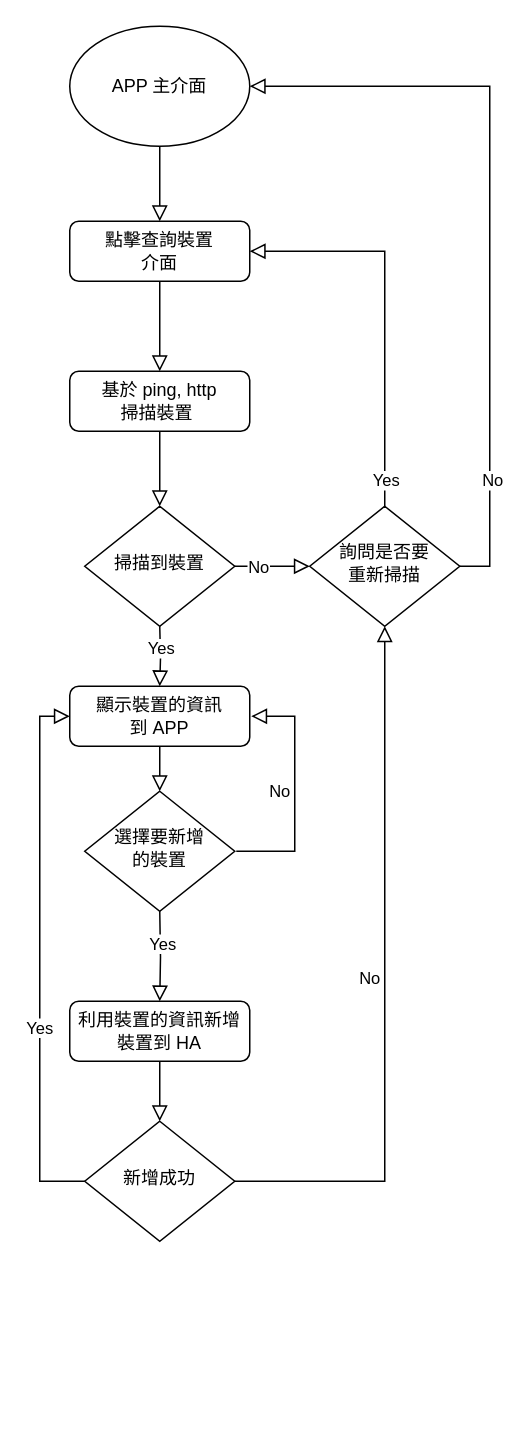
Above: page "add_device" (2 of 3) of doc/flowChart_add_device.drawio in nora6633/HomeAssisstantIntegration (draw.io), before the change. Source tidied: cells renumbered, new cells numbered last; positions are measured from the earlier drawing's top-left corner, leaving out a move shared by most shapes. Both pictures are drawn from the tidied source at 150%, with x=0, y=0 at pixel (39, 26).
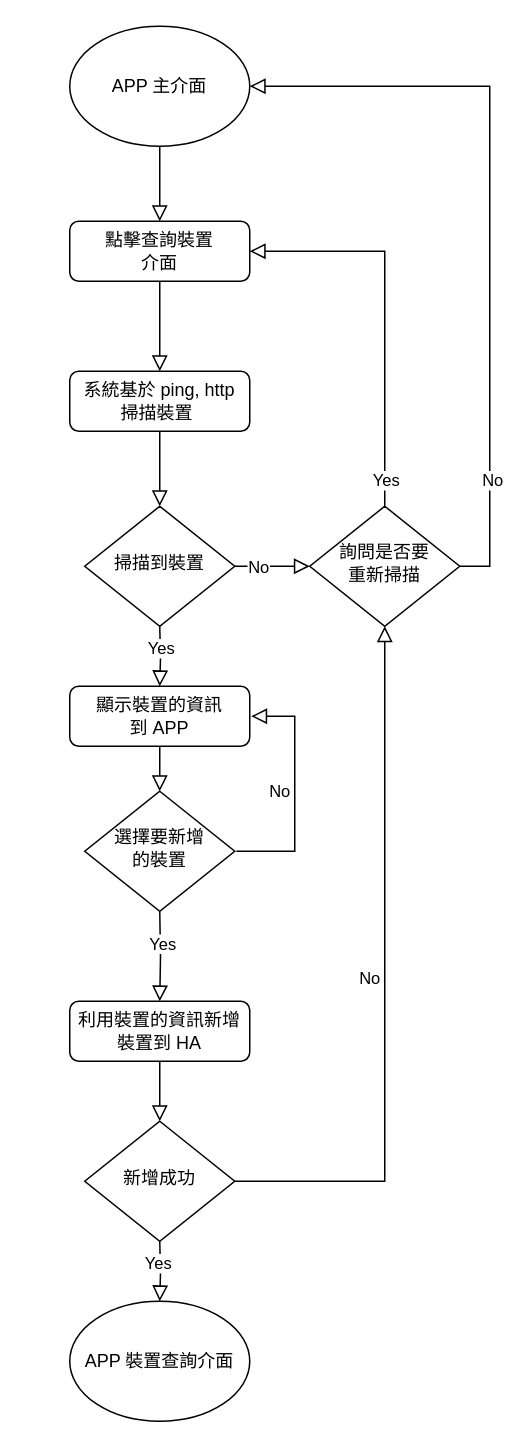
The same page after the edit.

The change refers to these unchanged cells:
```xml
<mxCell id="5" value="顯示裝置的資訊&lt;div&gt;到 APP&lt;/div&gt;" style="rounded=1;whiteSpace=wrap;html=1;fontSize=12;glass=0;strokeWidth=1;shadow=0;" parent="1" vertex="1">
  <mxGeometry x="20" y="440" width="120" height="40" as="geometry" />
</mxCell>
<mxCell id="17" value="新增成功" style="rhombus;whiteSpace=wrap;html=1;shadow=0;fontFamily=Helvetica;fontSize=12;align=center;strokeWidth=1;spacing=6;spacingTop=-4;" parent="1" vertex="1">
  <mxGeometry x="30" y="730" width="100" height="80" as="geometry" />
</mxCell>
```

The edit, as a diff of the source:
```diff
@@
-    <mxCell id="3" value="基於 ping, http&lt;div&gt;掃描裝置&amp;nbsp;&lt;/div&gt;" style="rounded=1;whiteSpace=wrap;html=1;fontSize=12;glass=0;strokeWidth=1;shadow=0;" parent="1" vertex="1">
+    <mxCell id="3" value="系統基於 ping, http&lt;div&gt;掃描裝置&amp;nbsp;&lt;/div&gt;" style="rounded=1;whiteSpace=wrap;html=1;fontSize=12;glass=0;strokeWidth=1;shadow=0;" parent="1" vertex="1">
       <mxGeometry x="20" y="230" width="120" height="40" as="geometry" />
     </mxCell>
@@
-    <mxCell id="18" style="rounded=0;html=1;jettySize=auto;fontSize=11;endArrow=block;endFill=0;endSize=8;strokeWidth=1;shadow=0;labelBackgroundColor=none;edgeStyle=orthogonalEdgeStyle;entryX=0;entryY=0.5;entryDx=0;entryDy=0;exitX=0;exitY=0.5;exitDx=0;exitDy=0;" parent="1" edge="1" source="17" target="5">
-      <mxGeometry relative="1" as="geometry">
-        <Array as="points">
-          <mxPoint y="770" />
-          <mxPoint y="460" />
-        </Array>
-      </mxGeometry>
-    </mxCell>
-    <mxCell id="19" value="Yes" style="edgeLabel;html=1;align=center;verticalAlign=middle;" parent="18" vertex="1">
-      <mxGeometry x="-0.26" y="1" relative="1" as="geometry" />
-    </mxCell>
@@
+    <mxCell id="30" value="APP 裝置查詢介面" style="ellipse;whiteSpace=wrap;html=1;" parent="1" vertex="1">
+      <mxGeometry x="20" y="850" width="120" height="80" as="geometry" />
+    </mxCell>
+    <mxCell id="31" style="rounded=0;html=1;jettySize=auto;fontSize=11;endArrow=block;endFill=0;endSize=8;strokeWidth=1;shadow=0;labelBackgroundColor=none;edgeStyle=orthogonalEdgeStyle;entryX=0.5;entryY=0;entryDx=0;entryDy=0;" parent="1" edge="1" target="30">
+      <mxGeometry relative="1" as="geometry">
+        <mxPoint x="80" y="810" as="sourcePoint" />
+      </mxGeometry>
+    </mxCell>
+    <mxCell id="19" value="Yes" style="edgeLabel;html=1;align=center;verticalAlign=middle;" parent="31" vertex="1">
+      <mxGeometry x="-0.31" y="-2" relative="1" as="geometry" />
+    </mxCell>
```
